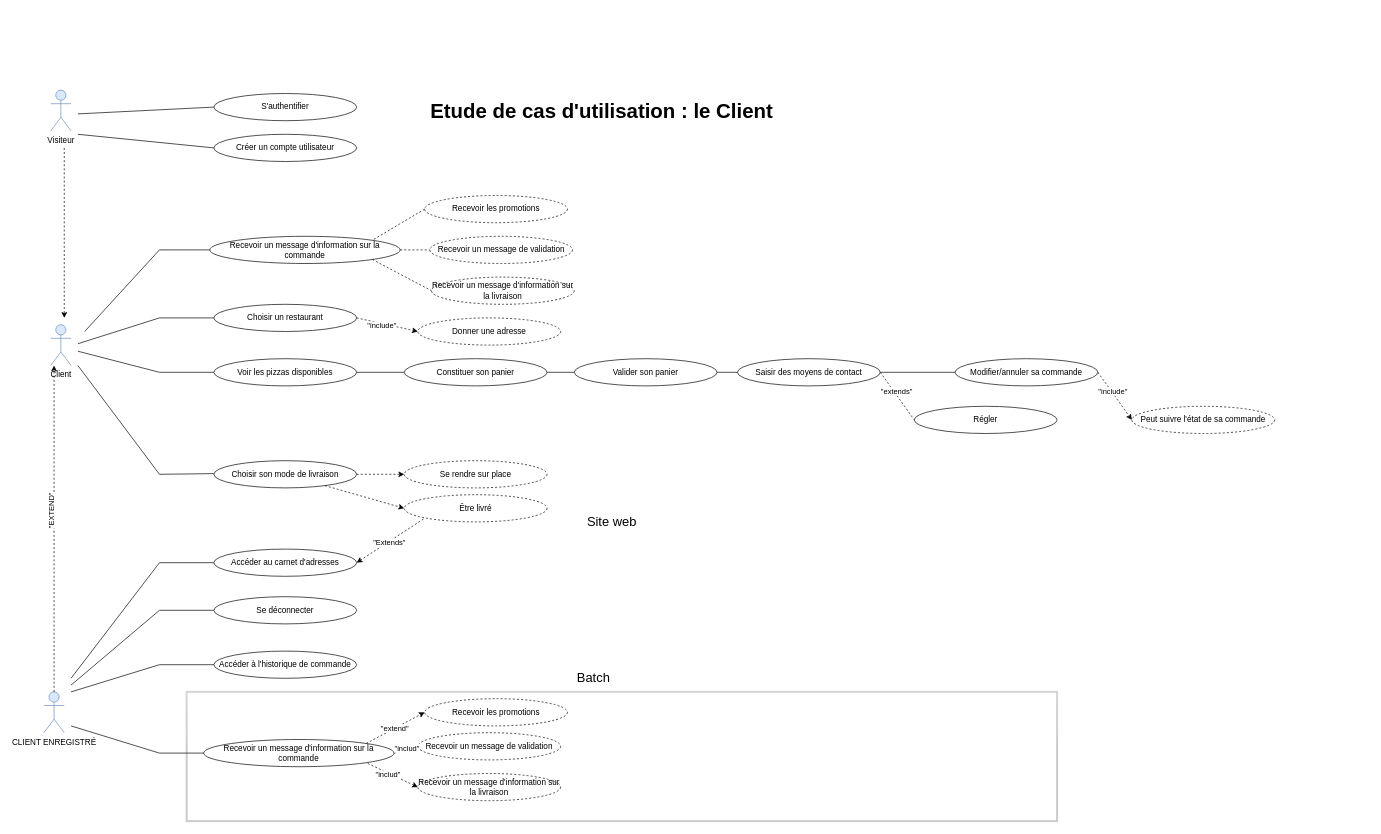
The draw.io diagram 1.drawio in OMorlotti/P4-analyser-les-besoin-de-mon-client-pour-son-groupe-de-pizzerias, before the edit. Source tidied: cells renumbered, new cells numbered last; positions are measured from the earlier drawing's top-left corner, leaving out a move shared by most shapes. Both pictures are drawn from the tidied source at 68%, with x=0, y=0 at pixel (44, 90).
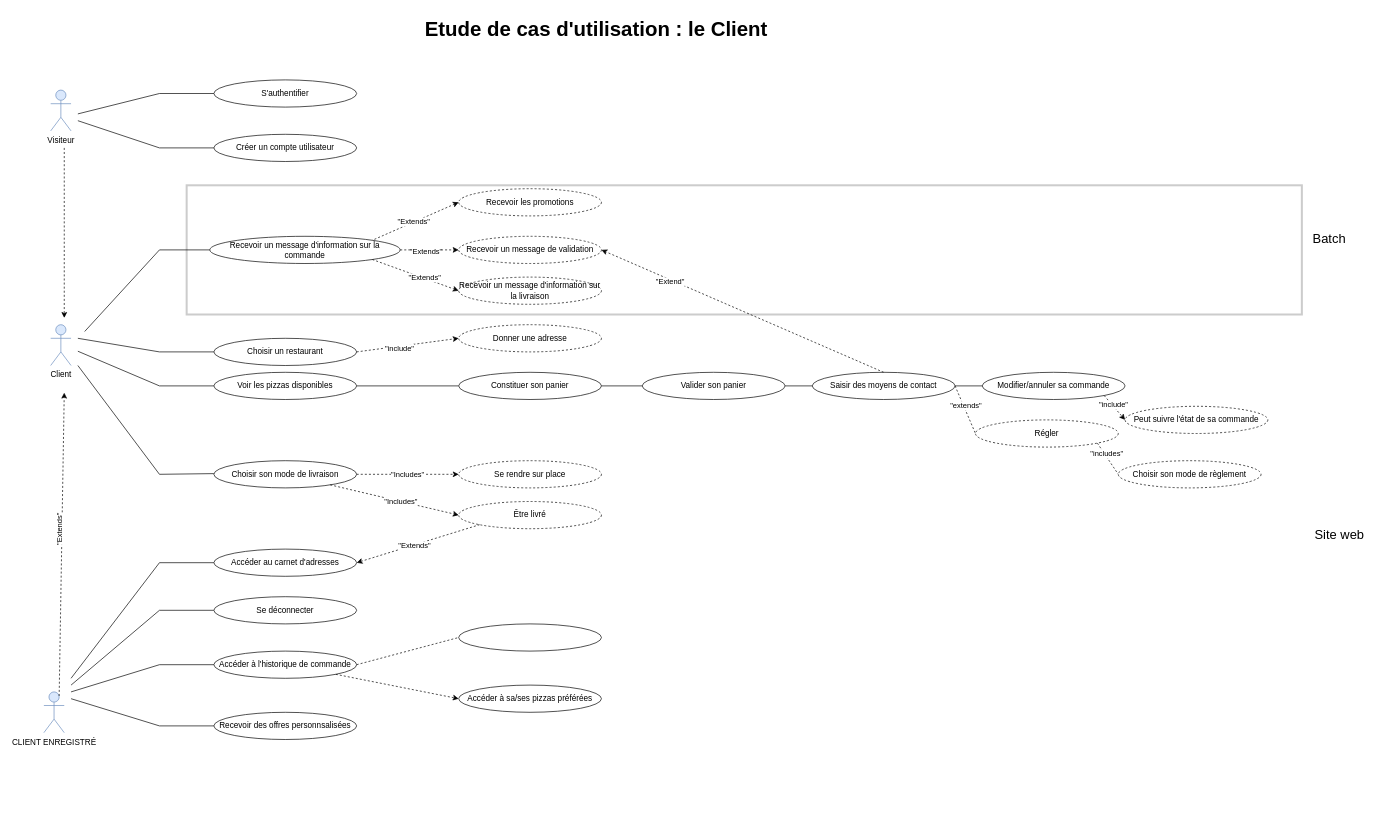
The same diagram, later.

Unchanged cells that the change refers to:
```xml
<mxCell id="3" value="CLIENT ENREGISTRÉ" style="shape=umlActor;verticalLabelPosition=bottom;labelBackgroundColor=#ffffff;verticalAlign=top;html=1;outlineConnect=0;fillColor=#dae8fc;strokeColor=#6c8ebf;" parent="1" vertex="1">
  <mxGeometry y="885" width="30" height="60" as="geometry" />
</mxCell>
<mxCell id="26" value="Créer un compte utilisateur" style="ellipse;whiteSpace=wrap;html=1;" parent="1" vertex="1">
  <mxGeometry x="250" y="65" width="210" height="40" as="geometry" />
</mxCell>
<mxCell id="38" value="Choisir son mode de livraison" style="ellipse;whiteSpace=wrap;html=1;" parent="1" vertex="1">
  <mxGeometry x="250" y="545" width="210" height="40" as="geometry" />
</mxCell>
<mxCell id="58" style="endArrow=classic;html=1;entryX=0;entryY=0.5;entryDx=0;entryDy=0;dashed=1;" parent="1" edge="1" source="38" target="57">
  <mxGeometry relative="1" as="geometry" />
</mxCell>
<mxCell id="62" value="Accéder à l'historique de commande" style="ellipse;whiteSpace=wrap;html=1;" parent="1" vertex="1">
  <mxGeometry x="250" y="825" width="210" height="40" as="geometry" />
</mxCell>
<mxCell id="65" value="Recevoir un message d'information sur la commande" style="ellipse;whiteSpace=wrap;html=1;" parent="1" vertex="1">
  <mxGeometry x="244" y="215" width="280" height="40" as="geometry" />
</mxCell>
```

The edit, as a diff of the source:
```diff
@@
-    <mxCell id="2" style="rounded=0;whiteSpace=wrap;html=1;fillColor=#ffffff;strokeWidth=3;strokeColor=#000000;opacity=20;glass=1;perimeterSpacing=0;" parent="1" vertex="1">
-      <mxGeometry x="210" y="885" width="1280" height="190" as="geometry" />
-    </mxCell>
+    <mxCell id="78" style="rounded=0;whiteSpace=wrap;html=1;opacity=20;strokeWidth=3;perimeterSpacing=0;" parent="1" vertex="1">
+      <mxGeometry x="210" y="140" width="1640" height="190" as="geometry" />
+    </mxCell>
@@
     <mxCell id="9" value="&lt;font size=&quot;1&quot;&gt;&lt;b style=&quot;font-size: 30px&quot;&gt;Etude de cas d'utilisation : le Client&lt;/b&gt;&lt;/font&gt;" style="text;html=1;strokeColor=none;fillColor=#ffffff;align=center;verticalAlign=middle;whiteSpace=wrap;rounded=0;" parent="1" vertex="1">
-      <mxGeometry x="542.5" y="5" width="555" height="50" as="geometry" />
+      <mxGeometry x="535" y="-115" width="555" height="50" as="geometry" />
     </mxCell>
     <mxCell id="10" value="&lt;font style=&quot;font-size: 19px&quot;&gt;Site web&lt;/font&gt;" style="text;html=1;align=center;verticalAlign=middle;" parent="1" vertex="1">
-      <mxGeometry x="790" y="625" width="90" height="20" as="geometry" />
+      <mxGeometry x="1860" y="645" width="90" height="20" as="geometry" />
     </mxCell>
-    <mxCell id="11" value="Recevoir un message d'information sur la commande" style="ellipse;whiteSpace=wrap;html=1;" parent="1" vertex="1">
-      <mxGeometry x="235" y="955" width="280" height="40" as="geometry" />
-    </mxCell>
-    <mxCell id="12" style="endArrow=none;html=1;" parent="1" edge="1">
-      <mxGeometry relative="1" as="geometry">
-        <mxPoint x="40" y="935" as="sourcePoint" />
-        <mxPoint x="170" y="975" as="targetPoint" />
-      </mxGeometry>
-    </mxCell>
-    <mxCell id="13" style="endArrow=classic;dashed=1;html=1;exitX=1;exitY=0;exitDx=0;exitDy=0;entryX=0;entryY=0.5;entryDx=0;entryDy=0;endFill=1;" parent="1" edge="1" source="11" target="15">
-      <mxGeometry relative="1" as="geometry" />
-    </mxCell>
-    <mxCell id="14" value="&quot;extend&quot;" style="edgeLabel;html=1;align=center;verticalAlign=middle;" parent="13" vertex="1">
-      <mxGeometry x="-0.03" relative="1" as="geometry" />
-    </mxCell>
-    <mxCell id="15" value="Recevoir les promotions" style="ellipse;whiteSpace=wrap;html=1;dashed=1;" parent="1" vertex="1">
-      <mxGeometry x="560" y="895" width="210" height="40" as="geometry" />
-    </mxCell>
-    <mxCell id="16" value="Recevoir un message de validation&lt;br&gt;" style="ellipse;whiteSpace=wrap;html=1;dashed=1;" parent="1" vertex="1">
-      <mxGeometry x="550" y="945" width="210" height="40" as="geometry" />
-    </mxCell>
-    <mxCell id="17" style="endArrow=classic;dashed=1;html=1;entryX=0;entryY=0.5;entryDx=0;entryDy=0;exitX=1;exitY=0.5;exitDx=0;exitDy=0;startArrow=none;startFill=0;endFill=1;" parent="1" edge="1" source="11" target="16">
-      <mxGeometry relative="1" as="geometry" />
-    </mxCell>
-    <mxCell id="18" value="&quot;includ&quot;" style="edgeLabel;html=1;align=center;verticalAlign=middle;" parent="17" vertex="1">
-      <mxGeometry x="0.11" y="2" relative="1" as="geometry" />
-    </mxCell>
-    <mxCell id="19" style="endArrow=none;dashed=1;html=1;entryX=1;entryY=1;entryDx=0;entryDy=0;endFill=0;startArrow=classic;startFill=1;exitX=0;exitY=0.5;exitDx=0;exitDy=0;" parent="1" edge="1" source="21" target="11">
-      <mxGeometry relative="1" as="geometry" />
-    </mxCell>
-    <mxCell id="20" value="&quot;includ&quot;" style="edgeLabel;html=1;align=center;verticalAlign=middle;" parent="19" vertex="1">
-      <mxGeometry x="0.14" y="2" relative="1" as="geometry" />
-    </mxCell>
-    <mxCell id="21" value="Recevoir un message d'information sur la livraison" style="ellipse;whiteSpace=wrap;html=1;dashed=1;" parent="1" vertex="1">
-      <mxGeometry x="550" y="1005" width="210" height="40" as="geometry" />
-    </mxCell>
     <mxCell id="22" value="&lt;font style=&quot;font-size: 19px&quot;&gt;Batch&lt;/font&gt;" style="text;html=1;align=center;verticalAlign=middle;" parent="1" vertex="1">
-      <mxGeometry x="777.5" y="855" width="60" height="20" as="geometry" />
+      <mxGeometry x="1860" y="210" width="60" height="20" as="geometry" />
     </mxCell>
-    <mxCell id="23" style="endArrow=none;html=1;exitX=0;exitY=0.5;exitDx=0;exitDy=0;" parent="1" edge="1" source="11">
-      <mxGeometry relative="1" as="geometry">
-        <mxPoint x="170" y="975" as="targetPoint" />
-      </mxGeometry>
-    </mxCell>
@@
     <mxCell id="27" value="S'authentifier" style="ellipse;whiteSpace=wrap;html=1;" parent="1" vertex="1">
-      <mxGeometry x="250" y="5" width="210" height="40" as="geometry" />
+      <mxGeometry x="250" y="-15" width="210" height="40" as="geometry" />
     </mxCell>
     <mxCell id="28" value="Choisir un restaurant" style="ellipse;whiteSpace=wrap;html=1;" parent="1" vertex="1">
-      <mxGeometry x="250" y="315" width="210" height="40" as="geometry" />
+      <mxGeometry x="250" y="365" width="210" height="40" as="geometry" />
     </mxCell>
     <mxCell id="29" value="Donner une adresse" style="ellipse;whiteSpace=wrap;html=1;dashed=1;" parent="1" vertex="1">
-      <mxGeometry x="550" y="335" width="210" height="40" as="geometry" />
+      <mxGeometry x="610" y="345" width="210" height="40" as="geometry" />
     </mxCell>
@@
     <mxCell id="31" value="Voir les pizzas disponibles" style="ellipse;whiteSpace=wrap;html=1;" parent="1" vertex="1">
-      <mxGeometry x="250" y="395" width="210" height="40" as="geometry" />
+      <mxGeometry x="250" y="415" width="210" height="40" as="geometry" />
     </mxCell>
     <mxCell id="32" value="Constituer son panier" style="ellipse;whiteSpace=wrap;html=1;" parent="1" vertex="1">
-      <mxGeometry x="530" y="395" width="210" height="40" as="geometry" />
+      <mxGeometry x="610" y="415" width="210" height="40" as="geometry" />
     </mxCell>
     <mxCell id="33" value="Valider son panier" style="ellipse;whiteSpace=wrap;html=1;" parent="1" vertex="1">
-      <mxGeometry x="780" y="395" width="210" height="40" as="geometry" />
+      <mxGeometry x="880" y="415" width="210" height="40" as="geometry" />
     </mxCell>
     <mxCell id="34" value="Modifier/annuler sa commande" style="ellipse;whiteSpace=wrap;html=1;" parent="1" vertex="1">
-      <mxGeometry x="1340" y="395" width="210" height="40" as="geometry" />
+      <mxGeometry x="1380" y="415" width="210" height="40" as="geometry" />
     </mxCell>
     <mxCell id="35" value="Peut suivre l'état de sa commande" style="ellipse;whiteSpace=wrap;html=1;dashed=1;" parent="1" vertex="1">
-      <mxGeometry x="1600" y="465" width="210" height="40" as="geometry" />
+      <mxGeometry x="1590" y="465" width="210" height="40" as="geometry" />
     </mxCell>
-    <mxCell id="36" style="endArrow=classic;html=1;entryX=0;entryY=0.5;entryDx=0;entryDy=0;exitX=1;exitY=0.5;exitDx=0;exitDy=0;dashed=1;" parent="1" edge="1" source="34" target="35">
+    <mxCell id="36" style="endArrow=classic;html=1;entryX=0;entryY=0.5;entryDx=0;entryDy=0;exitX=1;exitY=1;exitDx=0;exitDy=0;dashed=1;" parent="1" edge="1" source="34" target="35">
       <mxGeometry relative="1" as="geometry" />
     </mxCell>
@@
     <mxCell id="39" value="Se rendre sur place" style="ellipse;whiteSpace=wrap;html=1;dashed=1;" parent="1" vertex="1">
-      <mxGeometry x="530" y="545" width="210" height="40" as="geometry" />
+      <mxGeometry x="610" y="545" width="210" height="40" as="geometry" />
     </mxCell>
-    <mxCell id="40" style="endArrow=classic;dashed=1;html=1;exitX=1;exitY=0.5;exitDx=0;exitDy=0;entryX=0;entryY=0.5;entryDx=0;entryDy=0;endFill=1;" parent="1" edge="1" source="38" target="39">
+    <mxCell id="40" value="&quot;Includes&quot;&lt;br&gt;" style="endArrow=classic;dashed=1;html=1;exitX=1;exitY=0.5;exitDx=0;exitDy=0;entryX=0;entryY=0.5;entryDx=0;entryDy=0;endFill=1;" parent="1" edge="1" source="38" target="39">
       <mxGeometry relative="1" as="geometry" />
     </mxCell>
     <mxCell id="41" style="endArrow=none;html=1;entryX=0;entryY=0.5;entryDx=0;entryDy=0;" parent="1" edge="1" target="28">
       <mxGeometry relative="1" as="geometry">
-        <mxPoint x="170" y="335" as="sourcePoint" />
+        <mxPoint x="170" y="385" as="sourcePoint" />
       </mxGeometry>
     </mxCell>
     <mxCell id="42" style="endArrow=none;html=1;entryX=0;entryY=0.5;entryDx=0;entryDy=0;" parent="1" edge="1" target="31">
       <mxGeometry relative="1" as="geometry">
-        <mxPoint x="170" y="415" as="sourcePoint" />
+        <mxPoint x="170" y="435" as="sourcePoint" />
       </mxGeometry>
     </mxCell>
     <mxCell id="43" style="endArrow=none;html=1;" parent="1" edge="1">
       <mxGeometry relative="1" as="geometry">
         <mxPoint x="50" y="384" as="sourcePoint" />
-        <mxPoint x="170" y="415" as="targetPoint" />
+        <mxPoint x="170" y="435" as="targetPoint" />
       </mxGeometry>
     </mxCell>
-    <mxCell id="44" style="endArrow=none;html=1;endFill=0;" parent="1" edge="1">
-      <mxGeometry relative="1" as="geometry">
-        <mxPoint x="50" y="373" as="sourcePoint" />
-        <mxPoint x="170" y="335" as="targetPoint" />
-      </mxGeometry>
-    </mxCell>
@@
-    <mxCell id="46" style="endArrow=classic;html=1;dashed=1;exitX=0.5;exitY=0;exitDx=0;exitDy=0;exitPerimeter=0;" parent="1" edge="1" source="3">
+    <mxCell id="46" style="endArrow=classic;html=1;dashed=1;exitX=0.75;exitY=0.1;exitDx=0;exitDy=0;exitPerimeter=0;" parent="1" edge="1" source="3">
       <mxGeometry relative="1" as="geometry">
-        <mxPoint x="15" y="405" as="targetPoint" />
+        <mxPoint x="30" y="445" as="targetPoint" />
       </mxGeometry>
     </mxCell>
-    <mxCell id="47" value="&quot;EXTEND&quot;&lt;br&gt;" style="edgeLabel;html=1;align=center;verticalAlign=middle;rotation=270;" parent="46" vertex="1">
+    <mxCell id="47" value="&quot;Extends&quot;" style="edgeLabel;html=1;align=center;verticalAlign=middle;rotation=270;" parent="46" vertex="1">
       <mxGeometry x="0.25" y="2" relative="1" as="geometry">
         <mxPoint x="-3" y="35" as="offset" />
       </mxGeometry>
     </mxCell>
@@
-    <mxCell id="52" style="endArrow=none;html=1;entryX=0;entryY=0.5;entryDx=0;entryDy=0;" parent="1" edge="1" target="27">
+    <mxCell id="52" style="endArrow=none;html=1;" parent="1" edge="1">
       <mxGeometry relative="1" as="geometry">
         <mxPoint x="50" y="35" as="sourcePoint" />
+        <mxPoint x="170" y="5" as="targetPoint" />
       </mxGeometry>
     </mxCell>
-    <mxCell id="53" style="endArrow=none;html=1;entryX=0;entryY=0.5;entryDx=0;entryDy=0;" parent="1" edge="1" target="26">
+    <mxCell id="53" style="endArrow=none;html=1;" parent="1" edge="1">
       <mxGeometry relative="1" as="geometry">
-        <mxPoint x="50" y="65" as="sourcePoint" />
+        <mxPoint x="50" y="45" as="sourcePoint" />
+        <mxPoint x="170" y="85" as="targetPoint" />
       </mxGeometry>
     </mxCell>
-    <mxCell id="54" value="Régler" style="ellipse;whiteSpace=wrap;html=1;" parent="1" vertex="1">
-      <mxGeometry x="1280" y="465" width="210" height="40" as="geometry" />
+    <mxCell id="54" value="Régler" style="ellipse;whiteSpace=wrap;html=1;dashed=1;" parent="1" vertex="1">
+      <mxGeometry x="1370" y="485" width="210" height="40" as="geometry" />
     </mxCell>
@@
     <mxCell id="57" value="Être livré" style="ellipse;whiteSpace=wrap;html=1;dashed=1;" parent="1" vertex="1">
-      <mxGeometry x="530" y="595" width="210" height="40" as="geometry" />
+      <mxGeometry x="610" y="605" width="210" height="40" as="geometry" />
     </mxCell>
@@
+    <mxCell id="79" value="&quot;Includes&quot;&lt;br&gt;" style="edgeLabel;html=1;align=center;verticalAlign=middle;" parent="58" vertex="1">
+      <mxGeometry x="0.09" relative="1" as="geometry" />
+    </mxCell>
@@
     <mxCell id="67" value="Recevoir les promotions" style="ellipse;whiteSpace=wrap;html=1;dashed=1;" parent="1" vertex="1">
-      <mxGeometry x="560" y="155" width="210" height="40" as="geometry" />
+      <mxGeometry x="610" y="145" width="210" height="40" as="geometry" />
     </mxCell>
     <mxCell id="68" value="Recevoir un message de validation&lt;br&gt;" style="ellipse;whiteSpace=wrap;html=1;dashed=1;" parent="1" vertex="1">
-      <mxGeometry x="567.5" y="215" width="210" height="40" as="geometry" />
+      <mxGeometry x="610" y="215" width="210" height="40" as="geometry" />
     </mxCell>
     <mxCell id="69" value="Recevoir un message d'information sur la livraison" style="ellipse;whiteSpace=wrap;html=1;dashed=1;" parent="1" vertex="1">
-      <mxGeometry x="570" y="275" width="210" height="40" as="geometry" />
+      <mxGeometry x="610" y="275" width="210" height="40" as="geometry" />
     </mxCell>
-    <mxCell id="70" style="endArrow=none;html=1;exitX=0;exitY=0.5;exitDx=0;exitDy=0;entryX=1;entryY=0;entryDx=0;entryDy=0;dashed=1;" parent="1" edge="1" source="67" target="65">
+    <mxCell id="70" style="endArrow=none;html=1;exitX=0;exitY=0.5;exitDx=0;exitDy=0;entryX=1;entryY=0;entryDx=0;entryDy=0;dashed=1;endFill=0;startArrow=classic;startFill=1;" parent="1" edge="1" source="67" target="65">
       <mxGeometry relative="1" as="geometry" />
     </mxCell>
+    <mxCell id="80" value="&quot;Extends&quot;" style="edgeLabel;html=1;align=center;verticalAlign=middle;" parent="70" vertex="1">
+      <mxGeometry x="0.04" y="-1" relative="1" as="geometry" />
+    </mxCell>
-    <mxCell id="71" style="endArrow=none;html=1;entryX=0;entryY=0.5;entryDx=0;entryDy=0;exitX=1;exitY=0.5;exitDx=0;exitDy=0;dashed=1;" parent="1" edge="1" source="65" target="68">
+    <mxCell id="71" style="endArrow=classic;html=1;entryX=0;entryY=0.5;entryDx=0;entryDy=0;exitX=1;exitY=0.5;exitDx=0;exitDy=0;dashed=1;endFill=1;" parent="1" edge="1" source="65" target="68">
       <mxGeometry relative="1" as="geometry" />
     </mxCell>
+    <mxCell id="81" value="&quot;Extends&quot;&lt;br&gt;" style="edgeLabel;html=1;align=center;verticalAlign=middle;" parent="71" vertex="1">
+      <mxGeometry x="-0.13" y="-1" relative="1" as="geometry" />
+    </mxCell>
-    <mxCell id="72" style="endArrow=none;html=1;entryX=0;entryY=0.5;entryDx=0;entryDy=0;exitX=1;exitY=1;exitDx=0;exitDy=0;dashed=1;" parent="1" edge="1" source="65" target="69">
+    <mxCell id="72" style="endArrow=classic;html=1;entryX=0;entryY=0.5;entryDx=0;entryDy=0;exitX=1;exitY=1;exitDx=0;exitDy=0;dashed=1;startArrow=none;startFill=0;endFill=1;" parent="1" edge="1" source="65" target="69">
       <mxGeometry relative="1" as="geometry" />
     </mxCell>
+    <mxCell id="82" value="&quot;Extends&quot;&lt;br&gt;" style="edgeLabel;html=1;align=center;verticalAlign=middle;" parent="72" vertex="1">
+      <mxGeometry x="0.18" y="1" relative="1" as="geometry">
+        <mxPoint x="1" as="offset" />
+      </mxGeometry>
+    </mxCell>
     <mxCell id="73" value="Saisir des moyens de contact" style="ellipse;whiteSpace=wrap;html=1;" parent="1" vertex="1">
-      <mxGeometry x="1020" y="395" width="210" height="40" as="geometry" />
+      <mxGeometry x="1130" y="415" width="210" height="40" as="geometry" />
     </mxCell>
-    <mxCell id="74" style="endArrow=none;html=1;entryX=0;entryY=0.5;entryDx=0;entryDy=0;exitX=1;exitY=0.5;exitDx=0;exitDy=0;" parent="1" edge="1" source="73" target="34">
-      <mxGeometry relative="1" as="geometry" />
-    </mxCell>
@@
+    <mxCell id="83" value="Accéder à sa/ses pizzas préférées" style="ellipse;whiteSpace=wrap;html=1;" parent="1" vertex="1">
+      <mxGeometry x="610" y="875" width="210" height="40" as="geometry" />
+    </mxCell>
+    <mxCell id="84" style="endArrow=classic;dashed=1;html=1;entryX=0;entryY=0.5;entryDx=0;entryDy=0;exitX=1;exitY=1;exitDx=0;exitDy=0;endFill=1;" parent="1" edge="1" source="62" target="83">
+      <mxGeometry relative="1" as="geometry" />
+    </mxCell>
+    <mxCell id="85" style="ellipse;whiteSpace=wrap;html=1;" parent="1" vertex="1">
+      <mxGeometry x="610" y="785" width="210" height="40" as="geometry" />
+    </mxCell>
+    <mxCell id="86" style="endArrow=none;dashed=1;html=1;entryX=0;entryY=0.5;entryDx=0;entryDy=0;exitX=1;exitY=0.5;exitDx=0;exitDy=0;" parent="1" edge="1" source="62" target="85">
+      <mxGeometry relative="1" as="geometry" />
+    </mxCell>
+    <mxCell id="87" style="endArrow=none;html=1;" parent="1" edge="1">
+      <mxGeometry relative="1" as="geometry">
+        <mxPoint x="170" y="385" as="sourcePoint" />
+        <mxPoint x="50" y="365" as="targetPoint" />
+      </mxGeometry>
+    </mxCell>
+    <mxCell id="88" style="endArrow=classic;dashed=1;html=1;entryX=1;entryY=0.5;entryDx=0;entryDy=0;exitX=0.5;exitY=0;exitDx=0;exitDy=0;endFill=1;" parent="1" edge="1" source="73" target="68">
+      <mxGeometry relative="1" as="geometry" />
+    </mxCell>
+    <mxCell id="89" value="&quot;Extend&quot;" style="edgeLabel;html=1;align=center;verticalAlign=middle;" parent="88" vertex="1">
+      <mxGeometry x="0.51" y="3" relative="1" as="geometry" />
+    </mxCell>
+    <mxCell id="90" value="Choisir son mode de règlement" style="ellipse;whiteSpace=wrap;html=1;dashed=1;" parent="1" vertex="1">
+      <mxGeometry x="1580" y="545" width="210" height="40" as="geometry" />
+    </mxCell>
+    <mxCell id="91" style="endArrow=none;dashed=1;html=1;entryX=0;entryY=0.5;entryDx=0;entryDy=0;exitX=1;exitY=1;exitDx=0;exitDy=0;" parent="1" edge="1" source="54" target="90">
+      <mxGeometry relative="1" as="geometry" />
+    </mxCell>
+    <mxCell id="92" value="&quot;includes&quot;" style="edgeLabel;html=1;align=center;verticalAlign=middle;" parent="91" vertex="1">
+      <mxGeometry x="-0.27" y="2" relative="1" as="geometry" />
+    </mxCell>
+    <mxCell id="93" style="endArrow=none;html=1;entryX=0;entryY=0.5;entryDx=0;entryDy=0;" parent="1" edge="1" target="27">
+      <mxGeometry relative="1" as="geometry">
+        <mxPoint x="170" y="5" as="sourcePoint" />
+      </mxGeometry>
+    </mxCell>
+    <mxCell id="94" style="endArrow=none;html=1;entryX=0;entryY=0.5;entryDx=0;entryDy=0;" parent="1" edge="1" target="26">
+      <mxGeometry relative="1" as="geometry">
+        <mxPoint x="170" y="85" as="sourcePoint" />
+      </mxGeometry>
+    </mxCell>
+    <mxCell id="95" value="Recevoir des offres personnsalisées" style="ellipse;whiteSpace=wrap;html=1;" parent="1" vertex="1">
+      <mxGeometry x="250" y="915" width="210" height="40" as="geometry" />
+    </mxCell>
+    <mxCell id="96" style="endArrow=none;html=1;" parent="1" edge="1">
+      <mxGeometry relative="1" as="geometry">
+        <mxPoint x="170" y="935" as="sourcePoint" />
+        <mxPoint x="40" y="895" as="targetPoint" />
+      </mxGeometry>
+    </mxCell>
+    <mxCell id="97" style="endArrow=none;html=1;entryX=0;entryY=0.5;entryDx=0;entryDy=0;" parent="1" edge="1" target="95">
+      <mxGeometry relative="1" as="geometry">
+        <mxPoint x="170" y="935" as="sourcePoint" />
+      </mxGeometry>
+    </mxCell>
+    <mxCell id="74" style="endArrow=none;html=1;entryX=0;entryY=0.5;entryDx=0;entryDy=0;exitX=1;exitY=0.5;exitDx=0;exitDy=0;" parent="1" edge="1" source="73" target="34">
+      <mxGeometry relative="1" as="geometry" />
+    </mxCell>
```
